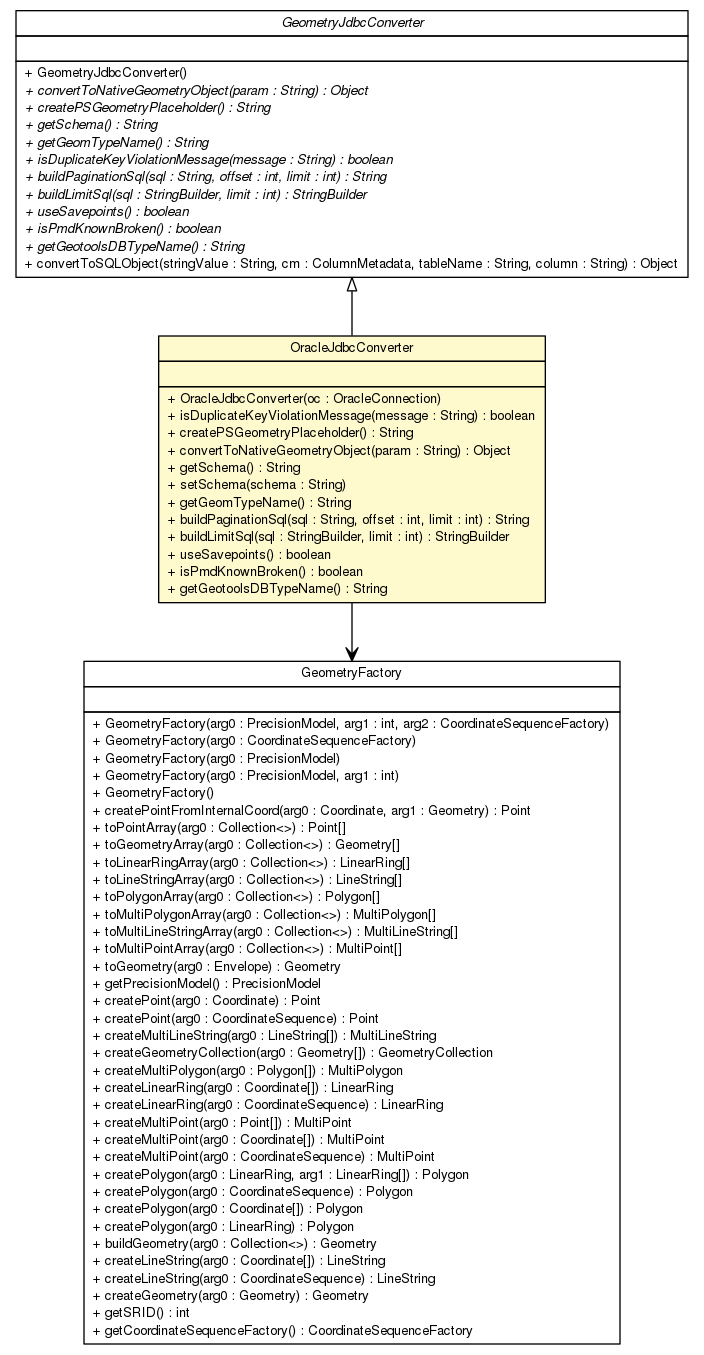
Before: brmo-loader/apidocs/nl/b3p/brmo/loader/jdbc/OracleJdbcConverter.png, a diagram exported from Graphviz (B3Partners/brmo). Its source is kept beside it as brmo-loader/apidocs/nl/b3p/brmo/loader/jdbc/OracleJdbcConverter.dot.
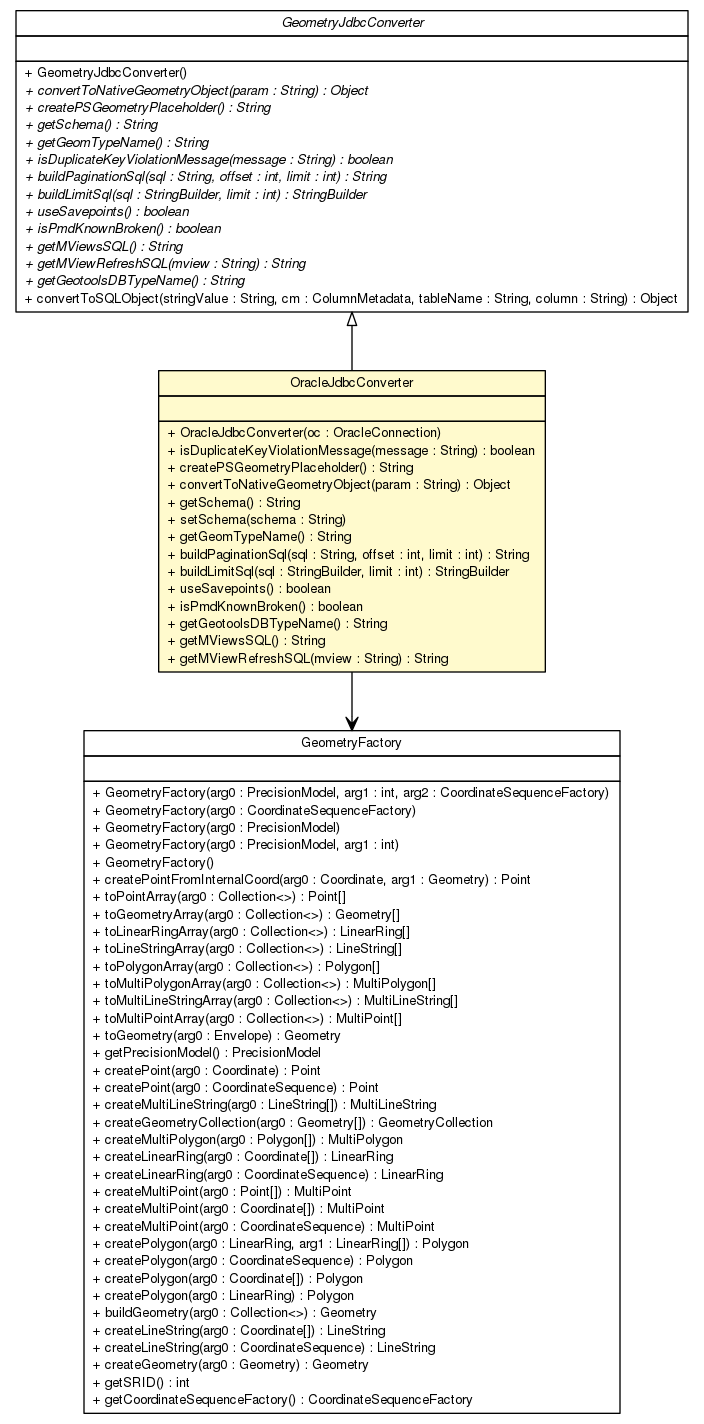
The same file after the commit.

Diff of the diagram source:
```diff
@@ -24,6 +24,8 @@
 <tr><td align="left" balign="left"> + useSavepoints() : boolean </td></tr>
 <tr><td align="left" balign="left"> + isPmdKnownBroken() : boolean </td></tr>
 <tr><td align="left" balign="left"> + getGeotoolsDBTypeName() : String </td></tr>
+<tr><td align="left" balign="left"> + getMViewsSQL() : String </td></tr>
+<tr><td align="left" balign="left"> + getMViewRefreshSQL(mview : String) : String </td></tr>
 		</table></td></tr>
 		</table>>, URL="./OracleJdbcConverter.html", fontname="Helvetica", fontcolor="black", fontsize=10.0];
 	c2249 [label=<<table title="nl.b3p.brmo.loader.jdbc.GeometryJdbcConverter" border="0" cellborder="1" cellspacing="0" cellpadding="2" port="p" href="./GeometryJdbcConverter.html">
@@ -44,6 +46,8 @@
 <tr><td align="left" balign="left"><font face="Helvetica-Oblique" point-size="10.0"> + buildLimitSql(sql : StringBuilder, limit : int) : StringBuilder </font></td></tr>
 <tr><td align="left" balign="left"><font face="Helvetica-Oblique" point-size="10.0"> + useSavepoints() : boolean </font></td></tr>
 <tr><td align="left" balign="left"><font face="Helvetica-Oblique" point-size="10.0"> + isPmdKnownBroken() : boolean </font></td></tr>
+<tr><td align="left" balign="left"><font face="Helvetica-Oblique" point-size="10.0"> + getMViewsSQL() : String </font></td></tr>
+<tr><td align="left" balign="left"><font face="Helvetica-Oblique" point-size="10.0"> + getMViewRefreshSQL(mview : String) : String </font></td></tr>
 <tr><td align="left" balign="left"><font face="Helvetica-Oblique" point-size="10.0"> + getGeotoolsDBTypeName() : String </font></td></tr>
 <tr><td align="left" balign="left"> + convertToSQLObject(stringValue : String, cm : ColumnMetadata, tableName : String, column : String) : Object </td></tr>
 		</table></td></tr>
```
